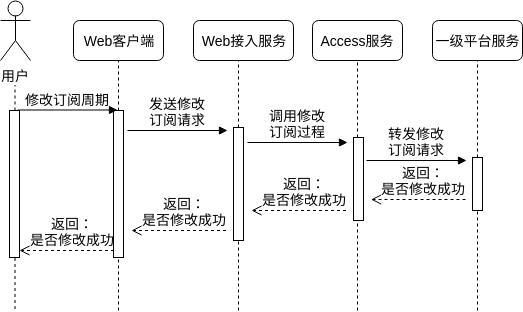
Above: IOTManage/sequence-modifyCycle.png in waterwatermelon/graph (draw.io), before the change. Source tidied: cells renumbered, new cells last; positions are measured from the earlier drawing's top-left corner, leaving out a move shared by most shapes. Source of this version:
```xml
<mxGraphModel>
  <root>
    <mxCell id="0" />
    <mxCell id="1" parent="0" />
    <mxCell id="2" value="用户" style="shape=umlActor;verticalLabelPosition=bottom;labelBackgroundColor=#ffffff;verticalAlign=top;html=1;fontSize=14;fontColor=#000000;" parent="1" vertex="1">
      <mxGeometry width="30" height="60" as="geometry" />
    </mxCell>
    <mxCell id="3" value="Web客户端" style="rounded=1;whiteSpace=wrap;html=1;fontSize=14;fontColor=#000000;" parent="1" vertex="1">
      <mxGeometry x="73" y="20" width="90" height="40" as="geometry" />
    </mxCell>
    <mxCell id="4" style="endArrow=none;dashed=1;html=1;fontSize=14;fontColor=#000000;" parent="1" edge="1" source="14">
      <mxGeometry relative="1" as="geometry">
        <mxPoint x="118" y="60" as="targetPoint" />
      </mxGeometry>
    </mxCell>
    <mxCell id="5" style="endArrow=none;dashed=1;html=1;fontSize=14;fontColor=#000000;" parent="1" edge="1" source="12">
      <mxGeometry relative="1" as="geometry">
        <mxPoint x="14.5" y="84.5" as="targetPoint" />
      </mxGeometry>
    </mxCell>
    <mxCell id="6" value="&lt;span&gt;Web接入服务&lt;/span&gt;" style="rounded=1;whiteSpace=wrap;html=1;fontSize=14;fontColor=#000000;" parent="1" vertex="1">
      <mxGeometry x="193" y="20" width="100" height="40" as="geometry" />
    </mxCell>
    <mxCell id="7" style="endArrow=none;dashed=1;html=1;fontSize=14;fontColor=#000000;" parent="1" edge="1" source="18">
      <mxGeometry relative="1" as="geometry">
        <mxPoint x="238" y="60" as="targetPoint" />
      </mxGeometry>
    </mxCell>
    <mxCell id="8" value="Access服务" style="rounded=1;whiteSpace=wrap;html=1;fontSize=14;fontColor=#000000;" parent="1" vertex="1">
      <mxGeometry x="312" y="20" width="90" height="40" as="geometry" />
    </mxCell>
    <mxCell id="9" style="endArrow=none;dashed=1;html=1;fontSize=14;fontColor=#000000;" parent="1" edge="1" source="21">
      <mxGeometry relative="1" as="geometry">
        <mxPoint x="357" y="60" as="targetPoint" />
      </mxGeometry>
    </mxCell>
    <mxCell id="10" value="一级平台服务" style="rounded=1;whiteSpace=wrap;html=1;fontSize=14;fontColor=#000000;" parent="1" vertex="1">
      <mxGeometry x="432" y="20" width="90" height="40" as="geometry" />
    </mxCell>
    <mxCell id="11" style="endArrow=none;dashed=1;html=1;fontSize=14;fontColor=#000000;" parent="1" edge="1" source="23">
      <mxGeometry relative="1" as="geometry">
        <mxPoint x="477" y="60" as="targetPoint" />
      </mxGeometry>
    </mxCell>
    <mxCell id="12" style="html=1;points=[];perimeter=orthogonalPerimeter;rounded=0;shadow=0;comic=0;labelBackgroundColor=none;strokeColor=#000000;strokeWidth=1;fillColor=#FFFFFF;fontFamily=Verdana;fontSize=14;fontColor=#000000;align=center;" parent="1" vertex="1">
      <mxGeometry x="9" y="110" width="10" height="147" as="geometry" />
    </mxCell>
    <mxCell id="13" style="endArrow=none;dashed=1;html=1;fontSize=14;fontColor=#000000;" parent="1" edge="1" target="12">
      <mxGeometry relative="1" as="geometry">
        <mxPoint x="14.5" y="308.5" as="sourcePoint" />
      </mxGeometry>
    </mxCell>
    <mxCell id="14" style="html=1;points=[];perimeter=orthogonalPerimeter;rounded=0;shadow=0;comic=0;labelBackgroundColor=none;strokeColor=#000000;strokeWidth=1;fillColor=#FFFFFF;fontFamily=Verdana;fontSize=14;fontColor=#000000;align=center;" parent="1" vertex="1">
      <mxGeometry x="113" y="110" width="10" height="147" as="geometry" />
    </mxCell>
    <mxCell id="15" style="endArrow=none;dashed=1;html=1;fontSize=14;fontColor=#000000;" parent="1" edge="1" target="14">
      <mxGeometry relative="1" as="geometry">
        <mxPoint x="118" y="310" as="sourcePoint" />
      </mxGeometry>
    </mxCell>
    <mxCell id="16" value="&lt;font style=&quot;font-size: 14px&quot;&gt;修改订阅周期&lt;/font&gt;" style="html=1;verticalAlign=bottom;endArrow=block;labelBackgroundColor=none;fontFamily=Verdana;fontSize=14;elbow=vertical;fontColor=#000000;" parent="1" edge="1">
      <mxGeometry relative="1" as="geometry">
        <mxPoint x="17" y="109.5" as="sourcePoint" />
        <mxPoint x="117" y="109.5" as="targetPoint" />
      </mxGeometry>
    </mxCell>
    <mxCell id="17" value="&lt;font style=&quot;font-size: 14px&quot;&gt;发送修改&lt;br&gt;订阅请求&lt;/font&gt;" style="html=1;verticalAlign=bottom;endArrow=block;labelBackgroundColor=none;fontFamily=Verdana;fontSize=14;elbow=vertical;fontColor=#000000;" parent="1" edge="1">
      <mxGeometry relative="1" as="geometry">
        <mxPoint x="127" y="130" as="sourcePoint" />
        <mxPoint x="227" y="130" as="targetPoint" />
      </mxGeometry>
    </mxCell>
    <mxCell id="18" style="html=1;points=[];perimeter=orthogonalPerimeter;rounded=0;shadow=0;comic=0;labelBackgroundColor=none;strokeColor=#000000;strokeWidth=1;fillColor=#FFFFFF;fontFamily=Verdana;fontSize=14;fontColor=#000000;align=center;" parent="1" vertex="1">
      <mxGeometry x="233" y="127" width="10" height="113" as="geometry" />
    </mxCell>
    <mxCell id="19" style="endArrow=none;dashed=1;html=1;fontSize=14;fontColor=#000000;" parent="1" edge="1" target="18">
      <mxGeometry relative="1" as="geometry">
        <mxPoint x="238" y="310" as="sourcePoint" />
      </mxGeometry>
    </mxCell>
    <mxCell id="20" value="&lt;font style=&quot;font-size: 14px&quot;&gt;调用修改&lt;br&gt;订阅过程&lt;/font&gt;" style="html=1;verticalAlign=bottom;endArrow=block;labelBackgroundColor=none;fontFamily=Verdana;fontSize=14;elbow=vertical;fontColor=#000000;" parent="1" edge="1">
      <mxGeometry relative="1" as="geometry">
        <mxPoint x="247" y="142" as="sourcePoint" />
        <mxPoint x="347" y="142" as="targetPoint" />
      </mxGeometry>
    </mxCell>
    <mxCell id="21" style="html=1;points=[];perimeter=orthogonalPerimeter;rounded=0;shadow=0;comic=0;labelBackgroundColor=none;strokeColor=#000000;strokeWidth=1;fillColor=#FFFFFF;fontFamily=Verdana;fontSize=14;fontColor=#000000;align=center;" parent="1" vertex="1">
      <mxGeometry x="353" y="137" width="10" height="83" as="geometry" />
    </mxCell>
    <mxCell id="22" style="endArrow=none;dashed=1;html=1;fontSize=14;fontColor=#000000;" parent="1" edge="1" target="21">
      <mxGeometry relative="1" as="geometry">
        <mxPoint x="357" y="310" as="sourcePoint" />
      </mxGeometry>
    </mxCell>
    <mxCell id="23" style="html=1;points=[];perimeter=orthogonalPerimeter;rounded=0;shadow=0;comic=0;labelBackgroundColor=none;strokeColor=#000000;strokeWidth=1;fillColor=#FFFFFF;fontFamily=Verdana;fontSize=14;fontColor=#000000;align=center;" parent="1" vertex="1">
      <mxGeometry x="472" y="157" width="10" height="53" as="geometry" />
    </mxCell>
    <mxCell id="24" style="endArrow=none;dashed=1;html=1;fontSize=14;fontColor=#000000;" parent="1" edge="1" target="23">
      <mxGeometry relative="1" as="geometry">
        <mxPoint x="477" y="310" as="sourcePoint" />
      </mxGeometry>
    </mxCell>
    <mxCell id="25" value="&lt;font style=&quot;font-size: 14px&quot;&gt;转发修改&lt;br&gt;订阅请求&lt;/font&gt;" style="html=1;verticalAlign=bottom;endArrow=block;labelBackgroundColor=none;fontFamily=Verdana;fontSize=14;elbow=vertical;fontColor=#000000;" parent="1" edge="1">
      <mxGeometry relative="1" as="geometry">
        <mxPoint x="366" y="160" as="sourcePoint" />
        <mxPoint x="466" y="160" as="targetPoint" />
      </mxGeometry>
    </mxCell>
    <mxCell id="26" value="返回：&lt;br&gt;是否修改成功" style="html=1;verticalAlign=bottom;endArrow=open;dashed=1;endSize=8;labelBackgroundColor=none;fontFamily=Verdana;fontSize=14;fontColor=#000000;" parent="1" edge="1">
      <mxGeometry x="-0.11" relative="1" as="geometry">
        <mxPoint x="465" y="199" as="sourcePoint" />
        <mxPoint x="370.5" y="199" as="targetPoint" />
      </mxGeometry>
    </mxCell>
    <mxCell id="27" value="返回：&lt;br&gt;是否修改成功" style="html=1;verticalAlign=bottom;endArrow=open;dashed=1;endSize=8;labelBackgroundColor=none;fontFamily=Verdana;fontSize=14;fontColor=#000000;" parent="1" edge="1">
      <mxGeometry x="-0.11" relative="1" as="geometry">
        <mxPoint x="345.5" y="210" as="sourcePoint" />
        <mxPoint x="251" y="210" as="targetPoint" />
      </mxGeometry>
    </mxCell>
    <mxCell id="28" value="返回：&lt;br&gt;是否修改成功" style="html=1;verticalAlign=bottom;endArrow=open;dashed=1;endSize=8;labelBackgroundColor=none;fontFamily=Verdana;fontSize=14;fontColor=#000000;" parent="1" edge="1">
      <mxGeometry x="-0.11" relative="1" as="geometry">
        <mxPoint x="225.5" y="230" as="sourcePoint" />
        <mxPoint x="131" y="230" as="targetPoint" />
      </mxGeometry>
    </mxCell>
    <mxCell id="29" value="返回：&lt;br&gt;是否修改成功" style="html=1;verticalAlign=bottom;endArrow=open;dashed=1;endSize=8;labelBackgroundColor=none;fontFamily=Verdana;fontSize=14;fontColor=#000000;" parent="1" edge="1">
      <mxGeometry x="-0.11" relative="1" as="geometry">
        <mxPoint x="113.5" y="250" as="sourcePoint" />
        <mxPoint x="19" y="250" as="targetPoint" />
      </mxGeometry>
    </mxCell>
  </root>
</mxGraphModel>
```
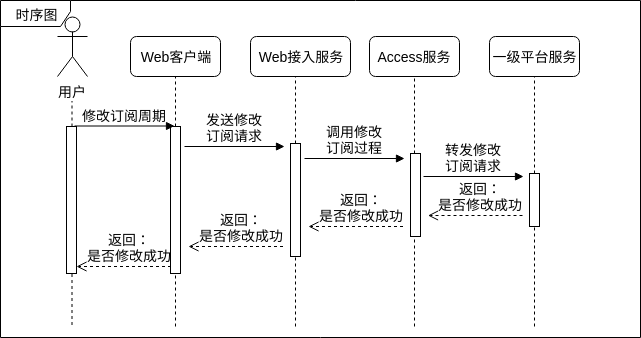
The same file after the commit.

Diff of the diagram source:
```diff
@@ -130,5 +130,8 @@
         <mxPoint x="19" y="250" as="targetPoint" />
       </mxGeometry>
     </mxCell>
+    <mxCell id="30" value="&lt;font style=&quot;font-size: 14px&quot;&gt;时序图&lt;/font&gt;" style="shape=umlFrame;whiteSpace=wrap;html=1;width=70;height=26;" parent="1" vertex="1">
+      <mxGeometry x="-57" y="-16" width="640" height="337" as="geometry" />
+    </mxCell>
   </root>
 </mxGraphModel>
```
